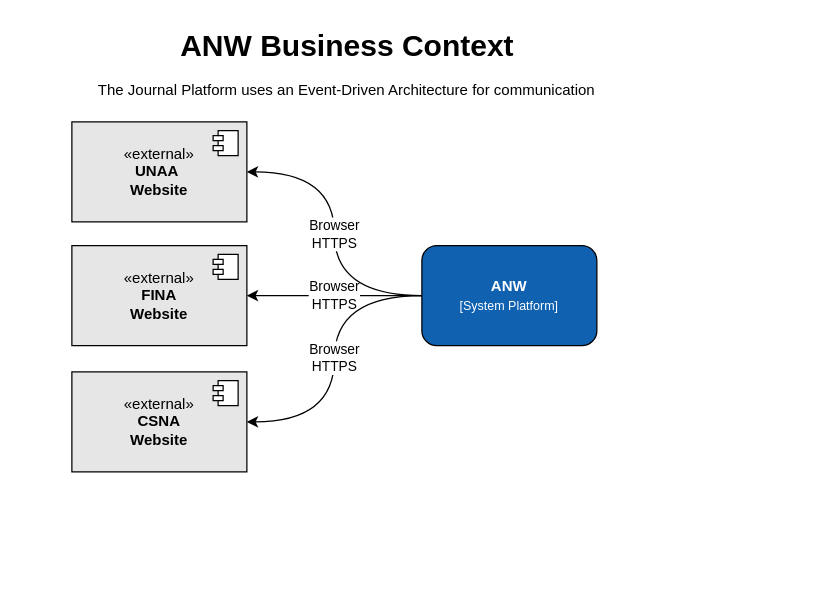
This is documentation/src/main/draw.io/Business Context Diagram.drawio from mjremijan/ferris-anw, a draw.io file, before an edit. Source tidied: cells renumbered, new cells numbered last; positions are measured from the earlier drawing's top-left corner, leaving out a move shared by most shapes. Both pictures are drawn from the tidied source at 125%, with x=0, y=0 at pixel (21, 21).
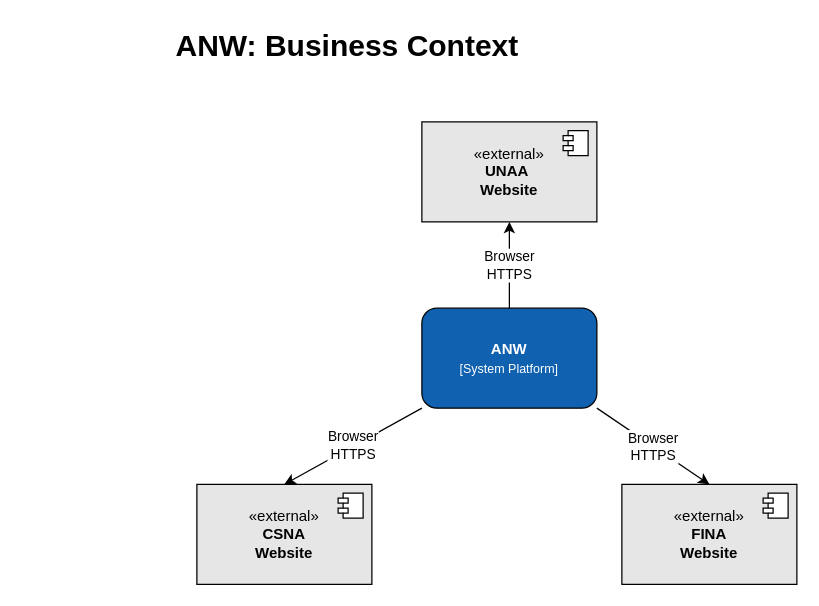
Above is the later version.

Commit message:
Just moving boxes aroiund

The edit, as a diff of the source:
```diff
@@
 <mxGraphModel>
   <root>
     <mxCell id="0" />
     <mxCell id="1" parent="0" />
     <mxCell id="2" value="&lt;b&gt;&lt;font style=&quot;color: rgb(255, 255, 255);&quot;&gt;ANW&lt;/font&gt;&lt;/b&gt;&lt;div&gt;&lt;font style=&quot;font-size: 10px; color: rgb(255, 255, 255);&quot;&gt;[System Platform]&lt;/font&gt;&lt;/div&gt;" style="rounded=1;whiteSpace=wrap;html=1;fillColor=#1061B0;" parent="1" vertex="1">
-      <mxGeometry x="320" y="179" width="140" height="80" as="geometry" />
+      <mxGeometry x="320" y="229" width="140" height="80" as="geometry" />
     </mxCell>
     <mxCell id="3" value="&lt;font&gt;«&lt;/font&gt;external»&lt;br&gt;&lt;b&gt;UNAA&amp;nbsp;&lt;/b&gt;&lt;div&gt;&lt;b&gt;Website&lt;/b&gt;&lt;/div&gt;" style="html=1;whiteSpace=wrap;fillColor=#E6E6E6;" parent="1" vertex="1">
-      <mxGeometry x="40" y="80" width="140" height="80" as="geometry" />
+      <mxGeometry x="320" y="80" width="140" height="80" as="geometry" />
     </mxCell>
     <mxCell id="4" style="shape=module;jettyWidth=8;jettyHeight=4;" parent="3" vertex="1">
       <mxGeometry x="1" width="20" height="20" relative="1" as="geometry">
         <mxPoint x="-27" y="7" as="offset" />
       </mxGeometry>
     </mxCell>
-    <mxCell id="5" value="Browser&lt;div&gt;HTTPS&lt;/div&gt;" style="edgeStyle=orthogonalEdgeStyle;rounded=0;jettySize=auto;html=1;entryX=0;entryY=0.5;entryDx=0;entryDy=0;startArrow=classic;startFill=1;endArrow=none;" parent="1" edge="1" source="6" target="2">
+    <mxCell id="5" value="Browser&lt;div&gt;HTTPS&lt;/div&gt;" style="rounded=0;jettySize=auto;html=1;entryX=1;entryY=1;entryDx=0;entryDy=0;startArrow=classic;startFill=1;endArrow=none;exitX=0.5;exitY=0;exitDx=0;exitDy=0;" parent="1" edge="1" source="6" target="2">
       <mxGeometry relative="1" as="geometry" />
     </mxCell>
     <mxCell id="6" value="&lt;font&gt;«&lt;/font&gt;external»&lt;br&gt;&lt;b&gt;FINA&lt;/b&gt;&lt;div&gt;&lt;b&gt;Website&lt;/b&gt;&lt;/div&gt;" style="html=1;whiteSpace=wrap;fillColor=#E6E6E6;" parent="1" vertex="1">
-      <mxGeometry x="40" y="179" width="140" height="80" as="geometry" />
+      <mxGeometry x="480" y="370" width="140" height="80" as="geometry" />
     </mxCell>
     <mxCell id="7" style="shape=module;jettyWidth=8;jettyHeight=4;" parent="6" vertex="1">
       <mxGeometry x="1" width="20" height="20" relative="1" as="geometry">
         <mxPoint x="-27" y="7" as="offset" />
       </mxGeometry>
     </mxCell>
-    <mxCell id="8" value="Browser&lt;div&gt;HTTPS&lt;/div&gt;" style="edgeStyle=orthogonalEdgeStyle;rounded=0;jettySize=auto;html=1;entryX=0;entryY=0.5;entryDx=0;entryDy=0;curved=1;endArrow=none;startFill=1;startArrow=classic;" parent="1" edge="1" source="9" target="2">
+    <mxCell id="8" value="Browser&lt;div&gt;HTTPS&lt;/div&gt;" style="rounded=0;jettySize=auto;html=1;entryX=0;entryY=1;entryDx=0;entryDy=0;endArrow=none;startFill=1;startArrow=classic;exitX=0.5;exitY=0;exitDx=0;exitDy=0;" parent="1" edge="1" source="9" target="2">
       <mxGeometry relative="1" as="geometry" />
     </mxCell>
     <mxCell id="9" value="&lt;font&gt;«&lt;/font&gt;external»&lt;br&gt;&lt;b&gt;CSNA&lt;/b&gt;&lt;div&gt;&lt;b&gt;Website&lt;/b&gt;&lt;/div&gt;" style="html=1;whiteSpace=wrap;fillColor=#E6E6E6;" parent="1" vertex="1">
-      <mxGeometry x="40" y="280" width="140" height="80" as="geometry" />
+      <mxGeometry x="140" y="370" width="140" height="80" as="geometry" />
     </mxCell>
     <mxCell id="10" style="shape=module;jettyWidth=8;jettyHeight=4;" parent="9" vertex="1">
       <mxGeometry x="1" width="20" height="20" relative="1" as="geometry">
         <mxPoint x="-27" y="7" as="offset" />
       </mxGeometry>
     </mxCell>
-    <mxCell id="11" value="Browser&lt;div&gt;HTTPS&lt;/div&gt;" style="edgeStyle=orthogonalEdgeStyle;rounded=0;jettySize=auto;html=1;entryX=0;entryY=0.5;entryDx=0;entryDy=0;curved=1;startArrow=classic;startFill=1;endArrow=none;" parent="1" edge="1" source="3" target="2">
+    <mxCell id="11" value="Browser&lt;div&gt;HTTPS&lt;/div&gt;" style="rounded=0;jettySize=auto;html=1;entryX=0.5;entryY=0;entryDx=0;entryDy=0;startArrow=classic;startFill=1;endArrow=none;exitX=0.5;exitY=1;exitDx=0;exitDy=0;" parent="1" edge="1" source="3" target="2">
       <mxGeometry relative="1" as="geometry" />
     </mxCell>
     <mxCell id="12" parent="0" />
-    <mxCell id="13" value="ANW Business Context" style="text;strokeColor=none;fillColor=none;html=1;fontSize=24;fontStyle=1;verticalAlign=middle;align=center;" parent="12" vertex="1">
+    <mxCell id="13" value="ANW:&amp;nbsp;&lt;span style=&quot;background-color: transparent; color: light-dark(rgb(0, 0, 0), rgb(255, 255, 255));&quot;&gt;Business Context&lt;/span&gt;" style="text;strokeColor=none;fillColor=none;html=1;fontSize=24;fontStyle=1;verticalAlign=middle;align=center;" parent="12" vertex="1">
       <mxGeometry width="520" height="40" as="geometry" />
     </mxCell>
-    <mxCell id="14" value="The Journal Platform uses an Event-Driven Architecture for communication" style="text;html=1;align=center;verticalAlign=middle;whiteSpace=wrap;rounded=0;" parent="12" vertex="1">
-      <mxGeometry y="40" width="520" height="30" as="geometry" />
-    </mxCell>
   </root>
 </mxGraphModel>
```
